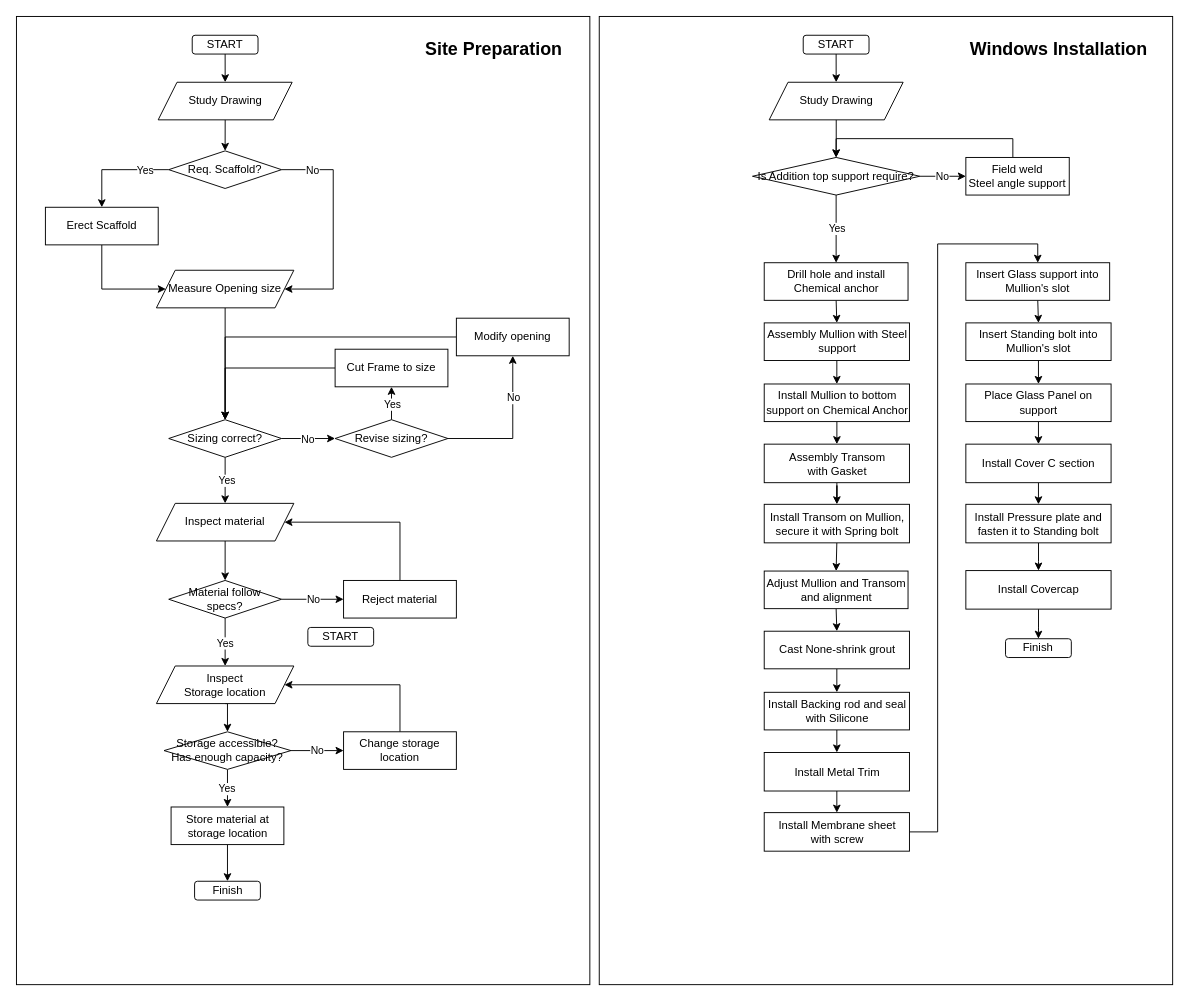
Above: MOS_Curtainwall.drawio in Siberain13/graph_doc (draw.io), before the change. Source tidied: cells renumbered, new cells numbered last; positions are measured from the earlier drawing's top-left corner, leaving out a move shared by most shapes. Both pictures are drawn from the tidied source at 94%, with x=0, y=0 at pixel (16, 16).
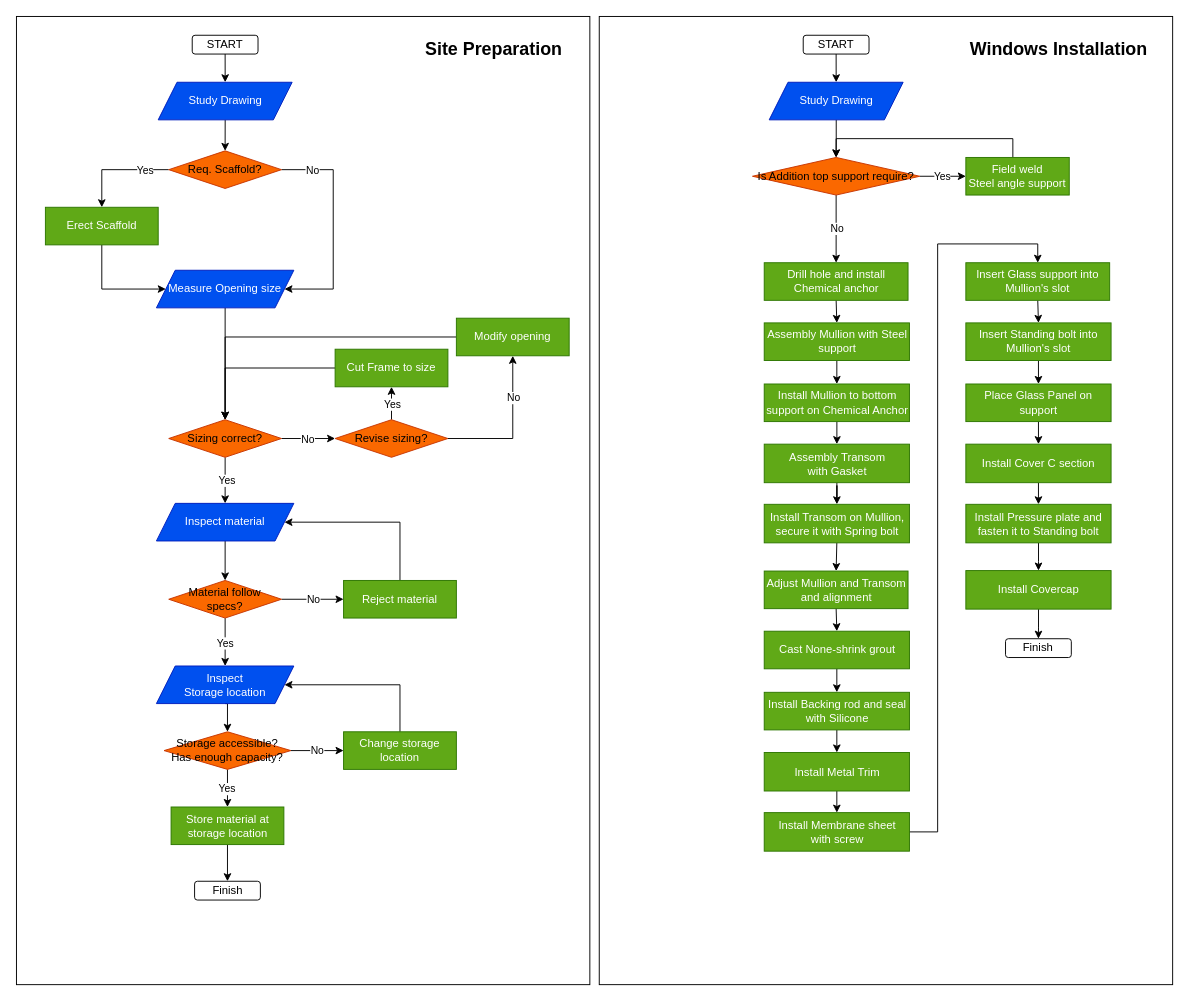
After the change.

Unchanged cells that the change refers to:
```xml
<mxCell id="60" style="edgeStyle=orthogonalEdgeStyle;rounded=0;jettySize=auto;html=1;" parent="1" edge="1" source="64" target="66">
  <mxGeometry relative="1" as="geometry" />
</mxCell>
<mxCell id="62" style="edgeStyle=orthogonalEdgeStyle;rounded=0;jettySize=auto;html=1;exitX=0.5;exitY=1;exitDx=0;exitDy=0;entryX=0.5;entryY=0;entryDx=0;entryDy=0;" parent="1" edge="1" source="64" target="68">
  <mxGeometry relative="1" as="geometry" />
</mxCell>
```

Change to the diagram source:
```diff
@@
-    <mxCell id="9" value="Req. Scaffold?" style="rhombus;whiteSpace=wrap;html=1;rounded=0;" parent="1" vertex="1">
+    <mxCell id="9" value="Req. Scaffold?" style="rhombus;whiteSpace=wrap;html=1;rounded=0;fillColor=#fa6800;strokeColor=#C73500;fontColor=#000000;" parent="1" vertex="1">
       <mxGeometry x="162" y="143" width="120" height="40" as="geometry" />
     </mxCell>
@@
-    <mxCell id="11" value="Erect Scaffold" style="rounded=0;whiteSpace=wrap;html=1;" parent="1" vertex="1">
+    <mxCell id="11" value="Erect Scaffold" style="rounded=0;whiteSpace=wrap;html=1;fillColor=#60a917;fontColor=#ffffff;strokeColor=#2D7600;" parent="1" vertex="1">
       <mxGeometry x="30.8" y="203" width="120" height="40" as="geometry" />
     </mxCell>
@@
-    <mxCell id="13" value="Study Drawing" style="shape=parallelogram;perimeter=parallelogramPerimeter;whiteSpace=wrap;html=1;fixedSize=1;" parent="1" vertex="1">
+    <mxCell id="13" value="Study Drawing" style="shape=parallelogram;perimeter=parallelogramPerimeter;whiteSpace=wrap;html=1;fixedSize=1;fillColor=#0050ef;fontColor=#ffffff;strokeColor=#001DBC;" parent="1" vertex="1">
       <mxGeometry x="150.8" y="70" width="142.5" height="40" as="geometry" />
     </mxCell>
@@
-    <mxCell id="15" value="Measure Opening size" style="shape=parallelogram;perimeter=parallelogramPerimeter;whiteSpace=wrap;html=1;fixedSize=1;" parent="1" vertex="1">
+    <mxCell id="15" value="Measure Opening size" style="shape=parallelogram;perimeter=parallelogramPerimeter;whiteSpace=wrap;html=1;fixedSize=1;fillColor=#0050ef;fontColor=#ffffff;strokeColor=#001DBC;" parent="1" vertex="1">
       <mxGeometry x="148.9" y="270" width="146.2" height="40" as="geometry" />
     </mxCell>
@@
-    <mxCell id="20" value="Sizing correct?" style="rhombus;whiteSpace=wrap;html=1;rounded=0;" parent="1" vertex="1">
+    <mxCell id="20" value="Sizing correct?" style="rhombus;whiteSpace=wrap;html=1;rounded=0;fillColor=#fa6800;strokeColor=#C73500;fontColor=#000000;" parent="1" vertex="1">
       <mxGeometry x="162" y="429" width="120" height="40" as="geometry" />
     </mxCell>
@@
-    <mxCell id="22" value="Inspect material" style="shape=parallelogram;perimeter=parallelogramPerimeter;whiteSpace=wrap;html=1;fixedSize=1;" parent="1" vertex="1">
+    <mxCell id="22" value="Inspect material" style="shape=parallelogram;perimeter=parallelogramPerimeter;whiteSpace=wrap;html=1;fixedSize=1;fillColor=#0050ef;fontColor=#ffffff;strokeColor=#001DBC;" parent="1" vertex="1">
       <mxGeometry x="148.9" y="518" width="146.2" height="40" as="geometry" />
     </mxCell>
@@
-    <mxCell id="27" value="Revise sizing?" style="rhombus;whiteSpace=wrap;html=1;rounded=0;" parent="1" vertex="1">
+    <mxCell id="27" value="Revise sizing?" style="rhombus;whiteSpace=wrap;html=1;rounded=0;fillColor=#fa6800;strokeColor=#C73500;fontColor=#000000;" parent="1" vertex="1">
       <mxGeometry x="339" y="429" width="120" height="40" as="geometry" />
     </mxCell>
@@
-    <mxCell id="29" value="Cut Frame to size" style="rounded=0;whiteSpace=wrap;html=1;" parent="1" vertex="1">
+    <mxCell id="29" value="Cut Frame to size" style="rounded=0;whiteSpace=wrap;html=1;fillColor=#60a917;fontColor=#ffffff;strokeColor=#2D7600;" parent="1" vertex="1">
       <mxGeometry x="339" y="354" width="120" height="40" as="geometry" />
     </mxCell>
@@
-    <mxCell id="31" value="Modify opening" style="rounded=0;whiteSpace=wrap;html=1;" parent="1" vertex="1">
+    <mxCell id="31" value="Modify opening" style="rounded=0;whiteSpace=wrap;html=1;fillColor=#60a917;fontColor=#ffffff;strokeColor=#2D7600;" parent="1" vertex="1">
       <mxGeometry x="468" y="321" width="120" height="40" as="geometry" />
     </mxCell>
@@
-    <mxCell id="36" value="Material follow specs?" style="rhombus;whiteSpace=wrap;html=1;rounded=0;" parent="1" vertex="1">
+    <mxCell id="36" value="Material follow specs?" style="rhombus;whiteSpace=wrap;html=1;rounded=0;fillColor=#fa6800;strokeColor=#C73500;fontColor=#000000;" parent="1" vertex="1">
       <mxGeometry x="162" y="600" width="120" height="40" as="geometry" />
     </mxCell>
@@
-    <mxCell id="38" value="Reject material" style="rounded=0;whiteSpace=wrap;html=1;" parent="1" vertex="1">
+    <mxCell id="38" value="Reject material" style="rounded=0;whiteSpace=wrap;html=1;fillColor=#60a917;fontColor=#ffffff;strokeColor=#2D7600;" parent="1" vertex="1">
       <mxGeometry x="348" y="600" width="120" height="40" as="geometry" />
     </mxCell>
@@
-    <mxCell id="40" value="Inspect &lt;br&gt;Storage location" style="shape=parallelogram;perimeter=parallelogramPerimeter;whiteSpace=wrap;html=1;fixedSize=1;" parent="1" vertex="1">
+    <mxCell id="40" value="Inspect &lt;br&gt;Storage location" style="shape=parallelogram;perimeter=parallelogramPerimeter;whiteSpace=wrap;html=1;fixedSize=1;fillColor=#0050ef;fontColor=#ffffff;strokeColor=#001DBC;" parent="1" vertex="1">
       <mxGeometry x="148.9" y="691" width="146.2" height="40" as="geometry" />
     </mxCell>
@@
-    <mxCell id="45" value="Storage accessible?&lt;div&gt;Has enough capacity?&lt;/div&gt;" style="rhombus;whiteSpace=wrap;html=1;rounded=0;" parent="1" vertex="1">
+    <mxCell id="45" value="Storage accessible?&lt;div&gt;Has enough capacity?&lt;/div&gt;" style="rhombus;whiteSpace=wrap;html=1;rounded=0;fillColor=#fa6800;strokeColor=#C73500;fontColor=#000000;" parent="1" vertex="1">
       <mxGeometry x="157" y="761" width="135" height="40" as="geometry" />
     </mxCell>
@@
-    <mxCell id="47" value="Change storage location" style="rounded=0;whiteSpace=wrap;html=1;" parent="1" vertex="1">
+    <mxCell id="47" value="Change storage location" style="rounded=0;whiteSpace=wrap;html=1;fillColor=#60a917;fontColor=#ffffff;strokeColor=#2D7600;" parent="1" vertex="1">
       <mxGeometry x="348" y="761" width="120" height="40" as="geometry" />
     </mxCell>
@@
-    <mxCell id="49" value="Store material at storage location" style="rounded=0;whiteSpace=wrap;html=1;" parent="1" vertex="1">
+    <mxCell id="49" value="Store material at storage location" style="rounded=0;whiteSpace=wrap;html=1;fillColor=#60a917;fontColor=#ffffff;strokeColor=#2D7600;" parent="1" vertex="1">
       <mxGeometry x="164.5" y="841" width="120" height="40" as="geometry" />
     </mxCell>
@@
-    <mxCell id="51" value="&lt;font style=&quot;font-size: 12px;&quot;&gt;START&lt;/font&gt;" style="rounded=1;whiteSpace=wrap;html=1;" parent="1" vertex="1">
-      <mxGeometry x="310" y="650" width="70" height="20" as="geometry" />
-    </mxCell>
@@
-    <mxCell id="57" value="Study Drawing" style="shape=parallelogram;perimeter=parallelogramPerimeter;whiteSpace=wrap;html=1;fixedSize=1;" parent="1" vertex="1">
+    <mxCell id="57" value="Study Drawing" style="shape=parallelogram;perimeter=parallelogramPerimeter;whiteSpace=wrap;html=1;fixedSize=1;fillColor=#0050ef;fontColor=#ffffff;strokeColor=#001DBC;" parent="1" vertex="1">
       <mxGeometry x="800.8" y="70" width="142.5" height="40" as="geometry" />
     </mxCell>
@@
-    <mxCell id="61" value="No" style="edgeLabel;html=1;align=center;verticalAlign=middle;" parent="60" vertex="1">
+    <mxCell id="61" value="Yes" style="edgeLabel;html=1;align=center;verticalAlign=middle;" parent="60" vertex="1">
       <mxGeometry x="-0.07" relative="1" as="geometry" />
     </mxCell>
@@
-    <mxCell id="63" value="Yes" style="edgeLabel;html=1;align=center;verticalAlign=middle;" parent="62" vertex="1">
+    <mxCell id="63" value="No" style="edgeLabel;html=1;align=center;verticalAlign=middle;" parent="62" vertex="1">
       <mxGeometry x="-0.03" relative="1" as="geometry" />
     </mxCell>
-    <mxCell id="64" value="Is Addition top support require?" style="rhombus;whiteSpace=wrap;html=1;" parent="1" vertex="1">
+    <mxCell id="64" value="Is Addition top support require?" style="rhombus;whiteSpace=wrap;html=1;fillColor=#fa6800;strokeColor=#C73500;fontColor=#000000;" parent="1" vertex="1">
       <mxGeometry x="783" y="150" width="178" height="40" as="geometry" />
     </mxCell>
@@
-    <mxCell id="66" value="Field weld &lt;br&gt;Steel angle support" style="rounded=0;whiteSpace=wrap;html=1;" parent="1" vertex="1">
+    <mxCell id="66" value="Field weld &lt;br&gt;Steel angle support" style="rounded=0;whiteSpace=wrap;html=1;fillColor=#60a917;fontColor=#ffffff;strokeColor=#2D7600;" parent="1" vertex="1">
       <mxGeometry x="1010" y="150" width="110" height="40" as="geometry" />
     </mxCell>
@@
-    <mxCell id="68" value="Drill hole and install Chemical anchor" style="rounded=0;whiteSpace=wrap;html=1;" parent="1" vertex="1">
+    <mxCell id="68" value="Drill hole and install Chemical anchor" style="rounded=0;whiteSpace=wrap;html=1;fillColor=#60a917;fontColor=#ffffff;strokeColor=#2D7600;" parent="1" vertex="1">
       <mxGeometry x="795.5" y="262" width="153" height="40" as="geometry" />
     </mxCell>
@@
-    <mxCell id="70" value="Assembly Mullion with Steel support" style="rounded=0;whiteSpace=wrap;html=1;" parent="1" vertex="1">
+    <mxCell id="70" value="Assembly Mullion with Steel support" style="rounded=0;whiteSpace=wrap;html=1;fillColor=#60a917;fontColor=#ffffff;strokeColor=#2D7600;" parent="1" vertex="1">
       <mxGeometry x="795.5" y="326" width="154.5" height="40" as="geometry" />
     </mxCell>
@@
-    <mxCell id="72" value="Install Mullion to bottom support on Chemical Anchor" style="rounded=0;whiteSpace=wrap;html=1;" parent="1" vertex="1">
+    <mxCell id="72" value="Install Mullion to bottom support on Chemical Anchor" style="rounded=0;whiteSpace=wrap;html=1;fillColor=#60a917;fontColor=#ffffff;strokeColor=#2D7600;" parent="1" vertex="1">
       <mxGeometry x="795.5" y="391" width="154.5" height="40" as="geometry" />
     </mxCell>
@@
-    <mxCell id="74" value="Assembly Transom &lt;br&gt;with Gasket" style="rounded=0;whiteSpace=wrap;html=1;" parent="1" vertex="1">
+    <mxCell id="74" value="Assembly Transom &lt;br&gt;with Gasket" style="rounded=0;whiteSpace=wrap;html=1;fillColor=#60a917;fontColor=#ffffff;strokeColor=#2D7600;" parent="1" vertex="1">
       <mxGeometry x="795.5" y="455" width="154.5" height="41" as="geometry" />
     </mxCell>
@@
-    <mxCell id="76" value="Install Transom on Mullion, secure it with Spring bolt" style="rounded=0;whiteSpace=wrap;html=1;" parent="1" vertex="1">
+    <mxCell id="76" value="Install Transom on Mullion, secure it with Spring bolt" style="rounded=0;whiteSpace=wrap;html=1;fillColor=#60a917;fontColor=#ffffff;strokeColor=#2D7600;" parent="1" vertex="1">
       <mxGeometry x="795.5" y="519" width="154.5" height="41" as="geometry" />
     </mxCell>
@@
-    <mxCell id="78" value="Adjust Mullion and Transom and alignment" style="rounded=0;whiteSpace=wrap;html=1;" parent="1" vertex="1">
+    <mxCell id="78" value="Adjust Mullion and Transom and alignment" style="rounded=0;whiteSpace=wrap;html=1;fillColor=#60a917;fontColor=#ffffff;strokeColor=#2D7600;" parent="1" vertex="1">
       <mxGeometry x="795.5" y="590" width="153" height="40" as="geometry" />
     </mxCell>
@@
-    <mxCell id="80" value="Cast None-shrink grout" style="rounded=0;whiteSpace=wrap;html=1;" parent="1" vertex="1">
+    <mxCell id="80" value="Cast None-shrink grout" style="rounded=0;whiteSpace=wrap;html=1;fillColor=#60a917;fontColor=#ffffff;strokeColor=#2D7600;" parent="1" vertex="1">
       <mxGeometry x="795.5" y="654" width="154.5" height="40" as="geometry" />
     </mxCell>
@@
-    <mxCell id="82" value="Install Backing rod and seal with Silicone" style="rounded=0;whiteSpace=wrap;html=1;" parent="1" vertex="1">
+    <mxCell id="82" value="Install Backing rod and seal with Silicone" style="rounded=0;whiteSpace=wrap;html=1;fillColor=#60a917;fontColor=#ffffff;strokeColor=#2D7600;" parent="1" vertex="1">
       <mxGeometry x="795.5" y="719" width="154.5" height="40" as="geometry" />
     </mxCell>
@@
-    <mxCell id="84" value="Install Metal Trim" style="rounded=0;whiteSpace=wrap;html=1;" parent="1" vertex="1">
+    <mxCell id="84" value="Install Metal Trim" style="rounded=0;whiteSpace=wrap;html=1;fillColor=#60a917;fontColor=#ffffff;strokeColor=#2D7600;" parent="1" vertex="1">
       <mxGeometry x="795.5" y="783" width="154.5" height="41" as="geometry" />
     </mxCell>
@@
-    <mxCell id="86" value="Install Membrane sheet &lt;br&gt;with screw" style="rounded=0;whiteSpace=wrap;html=1;" parent="1" vertex="1">
+    <mxCell id="86" value="Install Membrane sheet &lt;br&gt;with screw" style="rounded=0;whiteSpace=wrap;html=1;fillColor=#60a917;fontColor=#ffffff;strokeColor=#2D7600;" parent="1" vertex="1">
       <mxGeometry x="795.5" y="847" width="154.5" height="41" as="geometry" />
     </mxCell>
@@
-    <mxCell id="88" value="Insert Glass support into Mullion's slot" style="rounded=0;whiteSpace=wrap;html=1;" parent="1" vertex="1">
+    <mxCell id="88" value="Insert Glass support into Mullion's slot" style="rounded=0;whiteSpace=wrap;html=1;fillColor=#60a917;fontColor=#ffffff;strokeColor=#2D7600;" parent="1" vertex="1">
       <mxGeometry x="1010" y="262" width="153" height="40" as="geometry" />
     </mxCell>
@@
-    <mxCell id="90" value="Insert Standing bolt into Mullion's slot" style="rounded=0;whiteSpace=wrap;html=1;" parent="1" vertex="1">
+    <mxCell id="90" value="Insert Standing bolt into Mullion's slot" style="rounded=0;whiteSpace=wrap;html=1;fillColor=#60a917;fontColor=#ffffff;strokeColor=#2D7600;" parent="1" vertex="1">
       <mxGeometry x="1010" y="326" width="154.5" height="40" as="geometry" />
     </mxCell>
@@
-    <mxCell id="92" value="Place Glass Panel on support" style="rounded=0;whiteSpace=wrap;html=1;" parent="1" vertex="1">
+    <mxCell id="92" value="Place Glass Panel on support" style="rounded=0;whiteSpace=wrap;html=1;fillColor=#60a917;fontColor=#ffffff;strokeColor=#2D7600;" parent="1" vertex="1">
       <mxGeometry x="1010" y="391" width="154.5" height="40" as="geometry" />
     </mxCell>
@@
-    <mxCell id="94" value="Install Cover C section" style="rounded=0;whiteSpace=wrap;html=1;" parent="1" vertex="1">
+    <mxCell id="94" value="Install Cover C section" style="rounded=0;whiteSpace=wrap;html=1;fillColor=#60a917;fontColor=#ffffff;strokeColor=#2D7600;" parent="1" vertex="1">
       <mxGeometry x="1010" y="455" width="154.5" height="41" as="geometry" />
     </mxCell>
@@
-    <mxCell id="96" value="Install Pressure plate and fasten it to Standing bolt" style="rounded=0;whiteSpace=wrap;html=1;" parent="1" vertex="1">
+    <mxCell id="96" value="Install Pressure plate and fasten it to Standing bolt" style="rounded=0;whiteSpace=wrap;html=1;fillColor=#60a917;fontColor=#ffffff;strokeColor=#2D7600;" parent="1" vertex="1">
       <mxGeometry x="1010" y="519" width="154.5" height="41" as="geometry" />
     </mxCell>
@@
-    <mxCell id="98" value="Install Covercap" style="rounded=0;whiteSpace=wrap;html=1;" parent="1" vertex="1">
+    <mxCell id="98" value="Install Covercap" style="rounded=0;whiteSpace=wrap;html=1;fillColor=#60a917;fontColor=#ffffff;strokeColor=#2D7600;" parent="1" vertex="1">
       <mxGeometry x="1010" y="589.5" width="154.5" height="41" as="geometry" />
     </mxCell>
```
